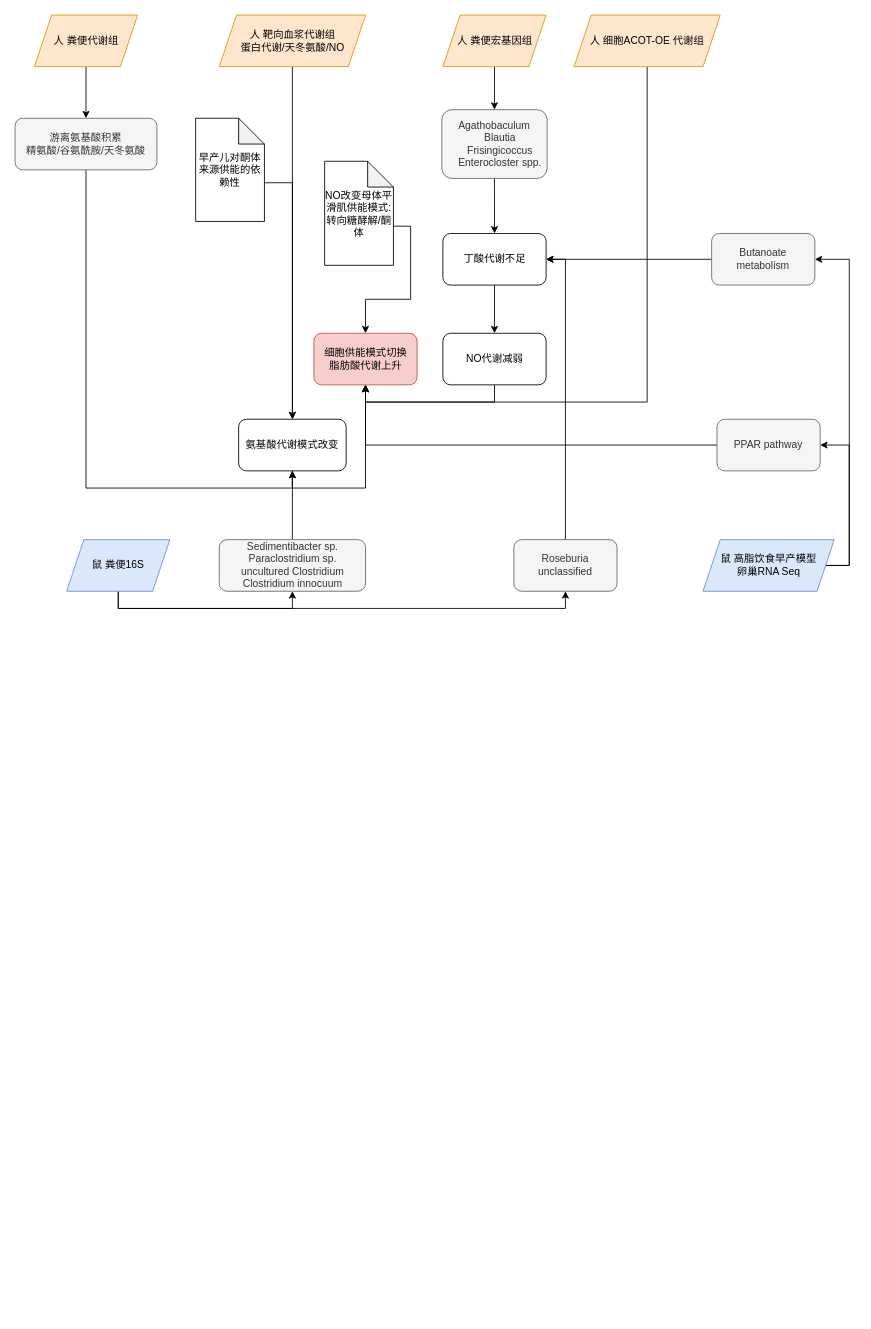
artefaritaKuniklo/draw.io-graph keeps this draw.io diagram as proj-prebirth.drawio. Above is the earlier version. Source tidied: cells renumbered, new cells numbered last; positions are measured from the earlier drawing's top-left corner, leaving out a move shared by most shapes. Both pictures are drawn from the tidied source at 86%, with x=0, y=0 at pixel (15, 15).
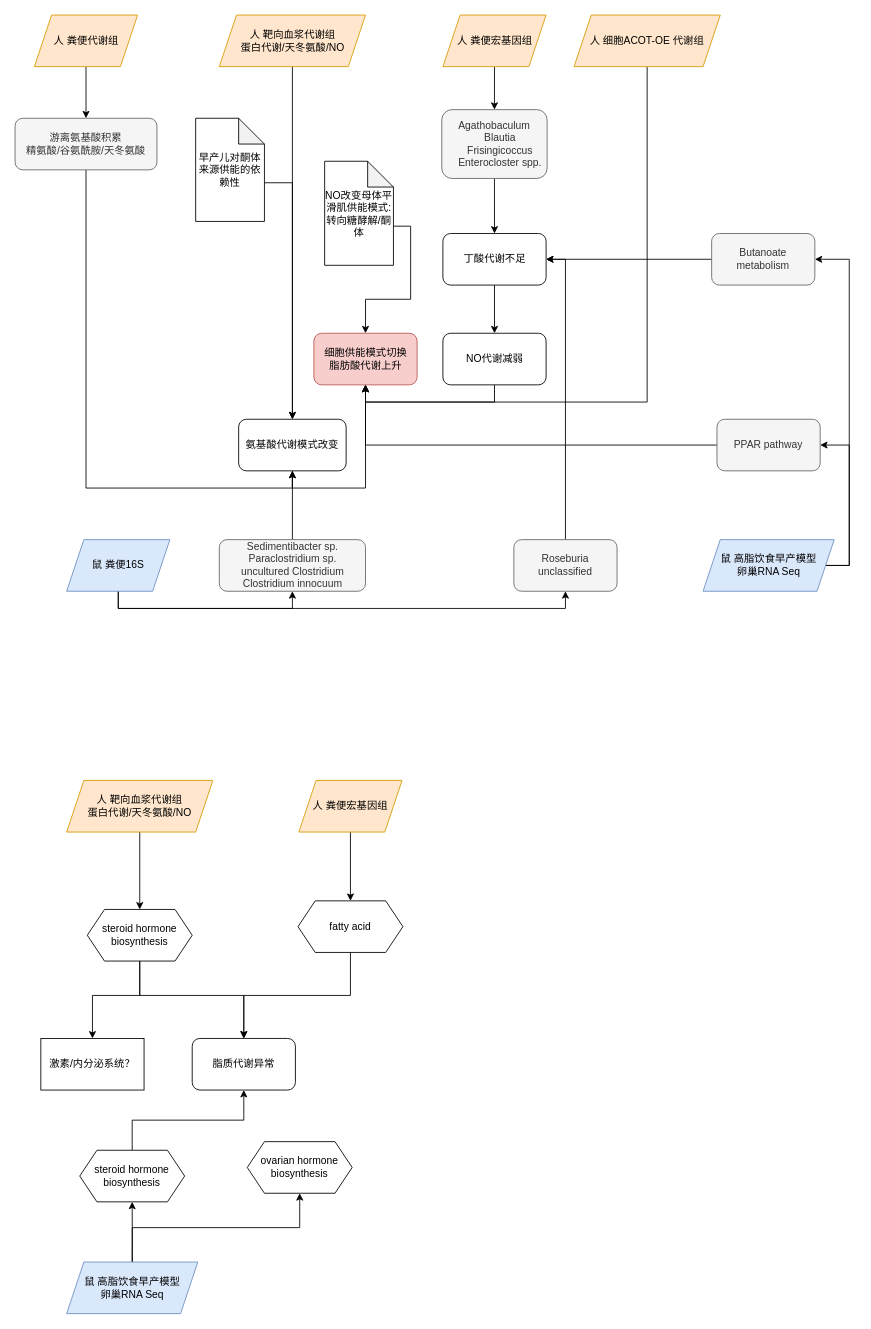
The same page after the edit.

Diff of the diagram source:
```diff
@@
+    <mxCell id="39" style="edgeStyle=orthogonalEdgeStyle;rounded=0;jettySize=auto;html=1;exitX=0.5;exitY=1;exitDx=0;exitDy=0;entryX=0.5;entryY=0;entryDx=0;entryDy=0;" parent="1" edge="1" source="40" target="43">
+      <mxGeometry relative="1" as="geometry" />
+    </mxCell>
+    <mxCell id="40" value="人 靶向血浆代谢组&lt;div&gt;蛋白代谢/天冬氨酸/NO&lt;/div&gt;" style="shape=parallelogram;perimeter=parallelogramPerimeter;whiteSpace=wrap;html=1;fixedSize=1;fillColor=#ffe6cc;strokeColor=#d79b00;" parent="1" vertex="1">
+      <mxGeometry x="60" y="890" width="170" height="60" as="geometry" />
+    </mxCell>
+    <mxCell id="41" style="edgeStyle=orthogonalEdgeStyle;rounded=0;jettySize=auto;html=1;exitX=0.5;exitY=1;exitDx=0;exitDy=0;entryX=0.5;entryY=0;entryDx=0;entryDy=0;" parent="1" edge="1" source="43" target="48">
+      <mxGeometry relative="1" as="geometry">
+        <Array as="points">
+          <mxPoint x="145" y="1140" />
+          <mxPoint x="266" y="1140" />
+        </Array>
+      </mxGeometry>
+    </mxCell>
+    <mxCell id="42" style="edgeStyle=orthogonalEdgeStyle;rounded=0;jettySize=auto;html=1;exitX=0.5;exitY=1;exitDx=0;exitDy=0;entryX=0.5;entryY=0;entryDx=0;entryDy=0;" parent="1" edge="1" source="43" target="49">
+      <mxGeometry relative="1" as="geometry">
+        <Array as="points">
+          <mxPoint x="145" y="1140" />
+          <mxPoint x="90" y="1140" />
+        </Array>
+      </mxGeometry>
+    </mxCell>
+    <mxCell id="43" value="steroid hormone biosynthesis" style="shape=hexagon;perimeter=hexagonPerimeter2;whiteSpace=wrap;html=1;shapeInside=1;fixedSize=1;" parent="1" vertex="1">
+      <mxGeometry x="84" y="1040" width="122" height="60" as="geometry" />
+    </mxCell>
+    <mxCell id="44" style="edgeStyle=orthogonalEdgeStyle;rounded=0;jettySize=auto;html=1;exitX=0.5;exitY=1;exitDx=0;exitDy=0;entryX=0.5;entryY=0;entryDx=0;entryDy=0;" parent="1" edge="1" source="45" target="48">
+      <mxGeometry relative="1" as="geometry">
+        <Array as="points">
+          <mxPoint x="390" y="1140" />
+          <mxPoint x="266" y="1140" />
+        </Array>
+      </mxGeometry>
+    </mxCell>
+    <mxCell id="45" value="fatty acid" style="shape=hexagon;perimeter=hexagonPerimeter2;whiteSpace=wrap;html=1;shapeInside=1;fixedSize=1;" parent="1" vertex="1">
+      <mxGeometry x="329" y="1030" width="122" height="60" as="geometry" />
+    </mxCell>
+    <mxCell id="46" style="edgeStyle=orthogonalEdgeStyle;rounded=0;jettySize=auto;html=1;exitX=0.5;exitY=1;exitDx=0;exitDy=0;entryX=0.5;entryY=0;entryDx=0;entryDy=0;" parent="1" edge="1" source="47" target="45">
+      <mxGeometry relative="1" as="geometry" />
+    </mxCell>
+    <mxCell id="47" value="人 粪便宏基因组" style="shape=parallelogram;perimeter=parallelogramPerimeter;whiteSpace=wrap;html=1;fixedSize=1;fillColor=#ffe6cc;strokeColor=#d79b00;" parent="1" vertex="1">
+      <mxGeometry x="330" y="890" width="120" height="60" as="geometry" />
+    </mxCell>
+    <mxCell id="48" value="脂质代谢异常" style="rounded=1;whiteSpace=wrap;html=1;" parent="1" vertex="1">
+      <mxGeometry x="206" y="1190" width="120" height="60" as="geometry" />
+    </mxCell>
+    <mxCell id="49" value="激素/内分泌系统？" style="rounded=0;whiteSpace=wrap;html=1;" parent="1" vertex="1">
+      <mxGeometry x="30" y="1190" width="120" height="60" as="geometry" />
+    </mxCell>
+    <mxCell id="50" style="edgeStyle=orthogonalEdgeStyle;rounded=0;jettySize=auto;html=1;exitX=0.5;exitY=0;exitDx=0;exitDy=0;entryX=0.5;entryY=1;entryDx=0;entryDy=0;" parent="1" edge="1" source="52" target="54">
+      <mxGeometry relative="1" as="geometry" />
+    </mxCell>
+    <mxCell id="51" style="edgeStyle=orthogonalEdgeStyle;rounded=0;jettySize=auto;html=1;exitX=0.5;exitY=0;exitDx=0;exitDy=0;entryX=0.5;entryY=1;entryDx=0;entryDy=0;" parent="1" edge="1" source="52" target="55">
+      <mxGeometry relative="1" as="geometry" />
+    </mxCell>
+    <mxCell id="52" value="鼠 高脂饮食早产模型&lt;br&gt;卵巢RNA Seq" style="shape=parallelogram;perimeter=parallelogramPerimeter;whiteSpace=wrap;html=1;fixedSize=1;fillColor=#dae8fc;strokeColor=#6c8ebf;" parent="1" vertex="1">
+      <mxGeometry x="60" y="1450" width="152.5" height="60" as="geometry" />
+    </mxCell>
+    <mxCell id="53" style="edgeStyle=orthogonalEdgeStyle;rounded=0;jettySize=auto;html=1;exitX=0.5;exitY=0;exitDx=0;exitDy=0;entryX=0.5;entryY=1;entryDx=0;entryDy=0;" parent="1" edge="1" source="54" target="48">
+      <mxGeometry relative="1" as="geometry" />
+    </mxCell>
+    <mxCell id="54" value="steroid hormone biosynthesis" style="shape=hexagon;perimeter=hexagonPerimeter2;whiteSpace=wrap;html=1;shapeInside=1;fixedSize=1;" parent="1" vertex="1">
+      <mxGeometry x="75.2" y="1320" width="122" height="60" as="geometry" />
+    </mxCell>
+    <mxCell id="55" value="ovarian hormone biosynthesis" style="shape=hexagon;perimeter=hexagonPerimeter2;whiteSpace=wrap;html=1;shapeInside=1;fixedSize=1;" parent="1" vertex="1">
+      <mxGeometry x="270" y="1310" width="122" height="60" as="geometry" />
+    </mxCell>
```
